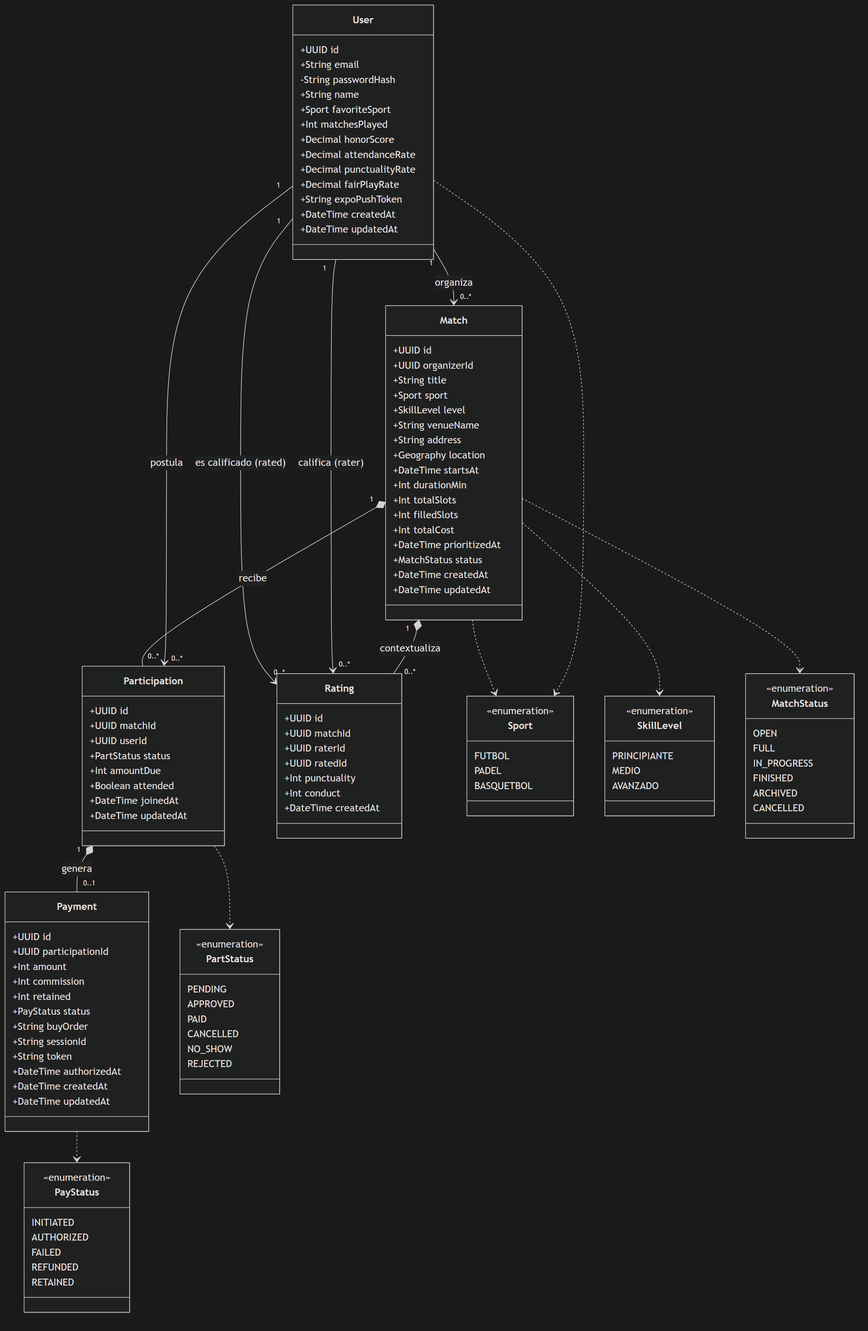
Before: fase-2-desarrollo/docs/diagramas/clases-dominio.png, a diagram exported from Mermaid (avenaaaa/KANCHA). Its source is kept beside it as fase-2-desarrollo/docs/diagramas/clases-dominio.mmd.
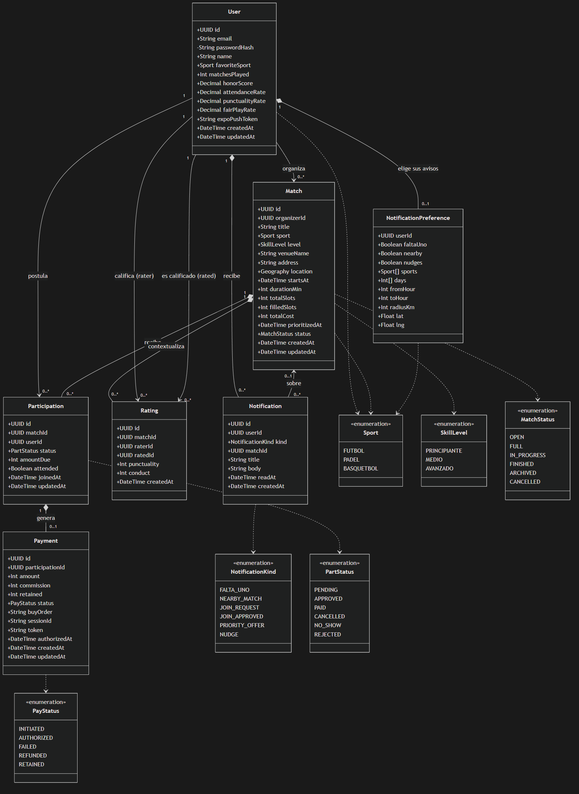
Above is the later version.

Diff of the diagram source:
```diff
@@ -73,6 +73,41 @@
         +DateTime updatedAt
     }
 
+    class NotificationPreference {
+        +UUID userId
+        +Boolean faltaUno
+        +Boolean nearby
+        +Boolean nudges
+        +Sport[] sports
+        +Int[] days
+        +Int fromHour
+        +Int toHour
+        +Int radiusKm
+        +Float lat
+        +Float lng
+    }
+
+    class Notification {
+        +UUID id
+        +UUID userId
+        +NotificationKind kind
+        +UUID matchId
+        +String title
+        +String body
+        +DateTime readAt
+        +DateTime createdAt
+    }
+
+    class NotificationKind {
+        <<enumeration>>
+        FALTA_UNO
+        NEARBY_MATCH
+        JOIN_REQUEST
+        JOIN_APPROVED
+        PRIORITY_OFFER
+        NUDGE
+    }
+
     class Sport {
         <<enumeration>>
         FUTBOL
@@ -123,6 +158,9 @@
     Match "1" *-- "0..*" Rating : contextualiza
     User "1" --> "0..*" Rating : califica (rater)
     User "1" --> "0..*" Rating : es calificado (rated)
+    User "1" *-- "0..1" NotificationPreference : elige sus avisos
+    User "1" *-- "0..*" Notification : recibe
+    Match "0..1" <-- "0..*" Notification : sobre
 
     User ..> Sport
     Match ..> Sport
@@ -130,3 +168,5 @@
     Match ..> MatchStatus
     Participation ..> PartStatus
     Payment ..> PayStatus
+    Notification ..> NotificationKind
+    NotificationPreference ..> Sport
```
